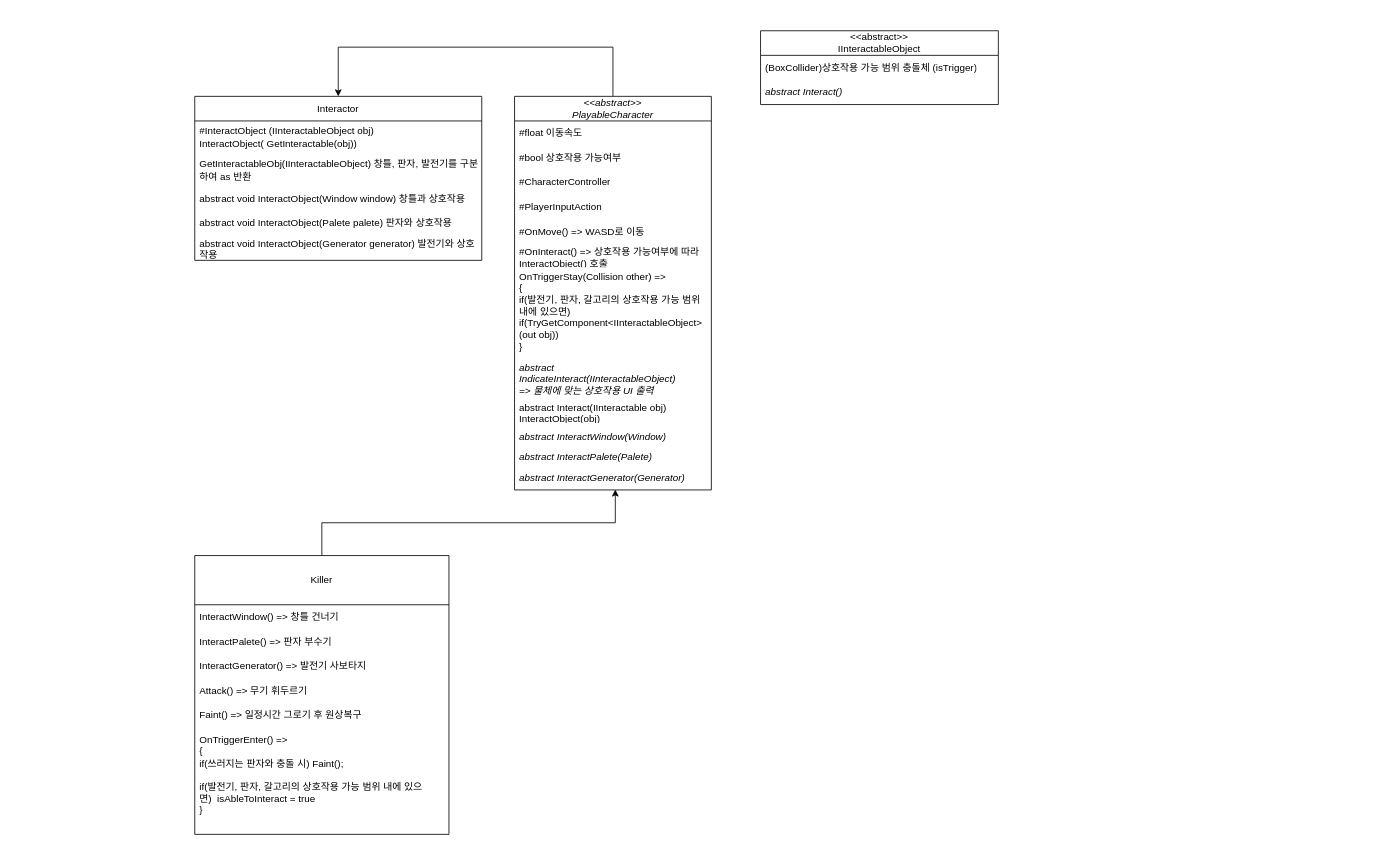
Before: ProjectD_Classes.drawio in FavorKim/ProjectD, a draw.io diagram. Source tidied: cells renumbered, new cells numbered last; positions are measured from the earlier drawing's top-left corner, leaving out a move shared by most shapes. Both pictures are drawn from the tidied source at 82%, with x=0, y=0 at pixel (194, 30).
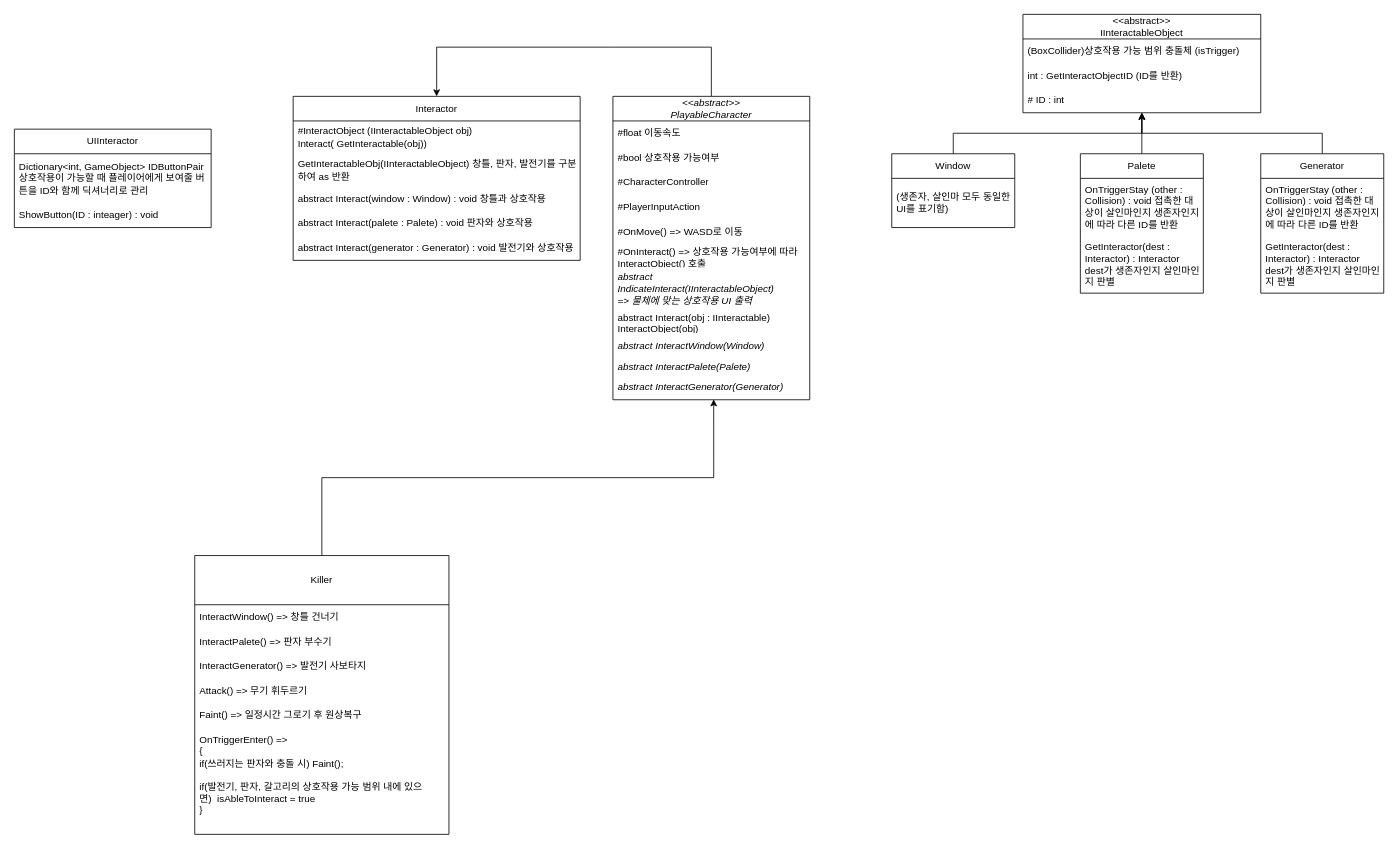
The same page after the edit.

What changed in the source:
```diff
@@
     <mxCell id="3" value="&lt;i&gt;&amp;lt;&amp;lt;abstract&amp;gt;&amp;gt;&lt;/i&gt;&lt;div&gt;&lt;i&gt;PlayableCharacter&lt;/i&gt;&lt;/div&gt;" style="swimlane;fontStyle=0;horizontal=1;startSize=30;whiteSpace=wrap;html=1;" parent="1" vertex="1">
-      <mxGeometry x="390" y="80" width="240" height="480" as="geometry" />
+      <mxGeometry x="510" y="80" width="240" height="370" as="geometry" />
     </mxCell>
@@
-    <mxCell id="10" value="OnTriggerStay(Collision other) =&amp;gt;&amp;nbsp;&lt;div&gt;{&amp;nbsp;&lt;div&gt;if(발전기, 판자, 갈고리의 상호작용 가능 범위 내에 있으면)&amp;nbsp; if(TryGetComponent&amp;lt;IInteractableObject&amp;gt;(out obj))&amp;nbsp;&lt;/div&gt;&lt;div&gt;}&lt;/div&gt;&lt;div&gt;&lt;br&gt;&lt;/div&gt;&lt;/div&gt;" style="text;strokeColor=none;fillColor=none;align=left;verticalAlign=middle;spacingLeft=4;spacingRight=4;overflow=hidden;whiteSpace=wrap;html=1;" parent="3" vertex="1">
-      <mxGeometry y="210" width="240" height="110" as="geometry" />
-    </mxCell>
     <mxCell id="11" value="abstract IndicateInteract(IInteractableObject)&lt;div&gt;=&amp;gt; 물체에 맞는 상호작용 UI 출력&lt;/div&gt;" style="text;strokeColor=none;fillColor=none;align=left;verticalAlign=middle;spacingLeft=4;spacingRight=4;overflow=hidden;whiteSpace=wrap;html=1;fontStyle=2;" parent="3" vertex="1">
-      <mxGeometry y="320" width="240" height="50" as="geometry" />
+      <mxGeometry y="210" width="240" height="50" as="geometry" />
     </mxCell>
-    <mxCell id="12" value="&lt;span style=&quot;font-style: normal;&quot;&gt;abstract Interact(IInteractable obj)&amp;nbsp;&lt;/span&gt;&lt;div&gt;&lt;span style=&quot;font-style: normal;&quot;&gt;InteractObject(obj)&lt;/span&gt;&lt;/div&gt;" style="text;strokeColor=none;fillColor=none;align=left;verticalAlign=middle;spacingLeft=4;spacingRight=4;overflow=hidden;whiteSpace=wrap;html=1;fontStyle=2;" parent="3" vertex="1">
-      <mxGeometry y="370" width="240" height="30" as="geometry" />
+    <mxCell id="12" value="&lt;span style=&quot;font-style: normal;&quot;&gt;abstract Interact(obj : IInteractable)&lt;/span&gt;&lt;div&gt;&lt;span style=&quot;font-style: normal;&quot;&gt;InteractObject(obj)&lt;/span&gt;&lt;/div&gt;" style="text;strokeColor=none;fillColor=none;align=left;verticalAlign=middle;spacingLeft=4;spacingRight=4;overflow=hidden;whiteSpace=wrap;html=1;fontStyle=2;" parent="3" vertex="1">
+      <mxGeometry y="260" width="240" height="30" as="geometry" />
     </mxCell>
     <mxCell id="13" value="abstract InteractWindow(Window)" style="text;strokeColor=none;fillColor=none;align=left;verticalAlign=middle;spacingLeft=4;spacingRight=4;overflow=hidden;whiteSpace=wrap;html=1;fontStyle=2;" parent="3" vertex="1">
-      <mxGeometry y="400" width="240" height="30" as="geometry" />
+      <mxGeometry y="290" width="240" height="30" as="geometry" />
     </mxCell>
     <mxCell id="14" value="abstract InteractPalete(Palete)" style="text;strokeColor=none;fillColor=none;align=left;verticalAlign=middle;spacingLeft=4;spacingRight=4;overflow=hidden;whiteSpace=wrap;html=1;fontStyle=2;" parent="3" vertex="1">
-      <mxGeometry y="430" width="240" height="20" as="geometry" />
+      <mxGeometry y="320" width="240" height="20" as="geometry" />
     </mxCell>
     <mxCell id="15" value="abstract InteractGenerator(Generator)" style="text;strokeColor=none;fillColor=none;align=left;verticalAlign=middle;spacingLeft=4;spacingRight=4;overflow=hidden;points=[[0,0.5],[1,0.5]];portConstraint=eastwest;whiteSpace=wrap;html=1;fontStyle=2;" parent="3" vertex="1">
-      <mxGeometry y="450" width="240" height="30" as="geometry" />
+      <mxGeometry y="340" width="240" height="30" as="geometry" />
     </mxCell>
@@
     <mxCell id="24" value="&amp;lt;&amp;lt;abstract&amp;gt;&amp;gt;&lt;div&gt;IInteractableObject&lt;/div&gt;" style="swimlane;fontStyle=0;horizontal=1;startSize=30;whiteSpace=wrap;html=1;" parent="1" vertex="1">
-      <mxGeometry x="690" width="290" height="90" as="geometry" />
+      <mxGeometry x="1010" y="-20" width="290" height="120" as="geometry" />
     </mxCell>
@@
-    <mxCell id="26" value="&lt;i&gt;abstract Interact()&lt;/i&gt;" style="text;strokeColor=none;fillColor=none;align=left;verticalAlign=middle;spacingLeft=4;spacingRight=4;overflow=hidden;whiteSpace=wrap;html=1;" parent="24" vertex="1">
-      <mxGeometry y="60" width="290" height="30" as="geometry" />
-    </mxCell>
+    <mxCell id="33" value="int : GetInteractObjectID (ID를 반환)" style="text;strokeColor=none;fillColor=none;align=left;verticalAlign=middle;spacingLeft=4;spacingRight=4;overflow=hidden;whiteSpace=wrap;html=1;" parent="24" vertex="1">
+      <mxGeometry y="60" width="290" height="30" as="geometry" />
+    </mxCell>
+    <mxCell id="34" value="# ID : int" style="text;strokeColor=none;fillColor=none;align=left;verticalAlign=middle;spacingLeft=4;spacingRight=4;overflow=hidden;whiteSpace=wrap;html=1;" parent="24" vertex="1">
+      <mxGeometry y="90" width="290" height="30" as="geometry" />
+    </mxCell>
     <mxCell id="27" value="Interactor" style="swimlane;fontStyle=0;horizontal=1;startSize=30;whiteSpace=wrap;html=1;" parent="1" vertex="1">
-      <mxGeometry y="80" width="350" height="200" as="geometry" />
+      <mxGeometry x="120" y="80" width="350" height="200" as="geometry" />
     </mxCell>
-    <mxCell id="28" value="#InteractObject (IInteractableObject obj)&amp;nbsp;&lt;div&gt;InteractObject( GetInteractable(obj))&lt;/div&gt;" style="text;strokeColor=none;fillColor=none;align=left;verticalAlign=middle;spacingLeft=4;spacingRight=4;overflow=hidden;whiteSpace=wrap;html=1;" parent="27" vertex="1">
+    <mxCell id="28" value="#InteractObject (IInteractableObject obj)&amp;nbsp;&lt;div&gt;Interact( GetInteractable(obj))&lt;/div&gt;" style="text;strokeColor=none;fillColor=none;align=left;verticalAlign=middle;spacingLeft=4;spacingRight=4;overflow=hidden;whiteSpace=wrap;html=1;" parent="27" vertex="1">
       <mxGeometry y="30" width="350" height="40" as="geometry" />
     </mxCell>
@@
-    <mxCell id="30" value="abstract void InteractObject(Window window) 창틀과 상호작용" style="text;strokeColor=none;fillColor=none;align=left;verticalAlign=middle;spacingLeft=4;spacingRight=4;overflow=hidden;whiteSpace=wrap;html=1;" parent="27" vertex="1">
+    <mxCell id="30" value="abstract Interact(window : Window) : void 창틀과 상호작용" style="text;strokeColor=none;fillColor=none;align=left;verticalAlign=middle;spacingLeft=4;spacingRight=4;overflow=hidden;whiteSpace=wrap;html=1;" parent="27" vertex="1">
       <mxGeometry y="110" width="350" height="30" as="geometry" />
     </mxCell>
-    <mxCell id="31" value="abstract void InteractObject(Palete palete) 판자와 상호작용" style="text;strokeColor=none;fillColor=none;align=left;verticalAlign=middle;spacingLeft=4;spacingRight=4;overflow=hidden;whiteSpace=wrap;html=1;" parent="27" vertex="1">
+    <mxCell id="31" value="abstract Interact(palete : Palete) : void 판자와 상호작용" style="text;strokeColor=none;fillColor=none;align=left;verticalAlign=middle;spacingLeft=4;spacingRight=4;overflow=hidden;whiteSpace=wrap;html=1;" parent="27" vertex="1">
       <mxGeometry y="140" width="350" height="30" as="geometry" />
     </mxCell>
-    <mxCell id="32" value="abstract void InteractObject(Generator generator) 발전기와 상호작용" style="text;strokeColor=none;fillColor=none;align=left;verticalAlign=middle;spacingLeft=4;spacingRight=4;overflow=hidden;whiteSpace=wrap;html=1;" parent="27" vertex="1">
+    <mxCell id="32" value="abstract Interact(generator : Generator) : void&amp;nbsp;발전기와 상호작용" style="text;strokeColor=none;fillColor=none;align=left;verticalAlign=middle;spacingLeft=4;spacingRight=4;overflow=hidden;whiteSpace=wrap;html=1;" parent="27" vertex="1">
       <mxGeometry y="170" width="350" height="30" as="geometry" />
     </mxCell>
+    <mxCell id="35" value="UIInteractor" style="swimlane;fontStyle=0;horizontal=1;startSize=30;whiteSpace=wrap;html=1;" parent="1" vertex="1">
+      <mxGeometry x="-220" y="120" width="240" height="120" as="geometry" />
+    </mxCell>
+    <mxCell id="36" value="Dictionary&amp;lt;int, GameObject&amp;gt; IDButtonPair&lt;div&gt;상호작용이 가능할 때 플레이어에게 보여줄 버튼을 ID와 함께 딕셔너리로 관리&lt;/div&gt;" style="text;strokeColor=none;fillColor=none;align=left;verticalAlign=middle;spacingLeft=4;spacingRight=4;overflow=hidden;whiteSpace=wrap;html=1;" parent="35" vertex="1">
+      <mxGeometry y="30" width="240" height="60" as="geometry" />
+    </mxCell>
+    <mxCell id="37" value="ShowButton(ID : inteager) : void" style="text;strokeColor=none;fillColor=none;align=left;verticalAlign=middle;spacingLeft=4;spacingRight=4;overflow=hidden;whiteSpace=wrap;html=1;" parent="35" vertex="1">
+      <mxGeometry y="90" width="240" height="30" as="geometry" />
+    </mxCell>
+    <mxCell id="38" style="edgeStyle=orthogonalEdgeStyle;rounded=0;jettySize=auto;html=1;exitX=0.5;exitY=0;exitDx=0;exitDy=0;" parent="1" edge="1" source="39" target="24">
+      <mxGeometry relative="1" as="geometry" />
+    </mxCell>
+    <mxCell id="39" value="Window" style="swimlane;fontStyle=0;horizontal=1;startSize=30;whiteSpace=wrap;html=1;" parent="1" vertex="1">
+      <mxGeometry x="850" y="150" width="150" height="90" as="geometry" />
+    </mxCell>
+    <mxCell id="40" value="(생존자, 살인마 모두 동일한 UI를 표기함)" style="text;strokeColor=none;fillColor=none;align=left;verticalAlign=middle;spacingLeft=4;spacingRight=4;overflow=hidden;whiteSpace=wrap;html=1;" parent="39" vertex="1">
+      <mxGeometry y="30" width="150" height="60" as="geometry" />
+    </mxCell>
+    <mxCell id="41" style="edgeStyle=orthogonalEdgeStyle;rounded=0;jettySize=auto;html=1;" parent="1" edge="1" source="42" target="24">
+      <mxGeometry relative="1" as="geometry" />
+    </mxCell>
+    <mxCell id="42" value="Palete" style="swimlane;fontStyle=0;horizontal=1;startSize=30;whiteSpace=wrap;html=1;" parent="1" vertex="1">
+      <mxGeometry x="1080" y="150" width="150" height="170" as="geometry" />
+    </mxCell>
+    <mxCell id="43" value="OnTriggerStay (other : Collision) : void 접촉한 대상이 살인마인지 생존자인지에 따라 다른 ID를 반환" style="text;strokeColor=none;fillColor=none;align=left;verticalAlign=middle;spacingLeft=4;spacingRight=4;overflow=hidden;whiteSpace=wrap;html=1;" parent="42" vertex="1">
+      <mxGeometry y="30" width="150" height="70" as="geometry" />
+    </mxCell>
+    <mxCell id="44" value="GetInteractor(dest : Interactor) : Interactor&lt;div&gt;dest가 생존자인지 살인마인지 판별&lt;/div&gt;" style="text;strokeColor=none;fillColor=none;align=left;verticalAlign=middle;spacingLeft=4;spacingRight=4;overflow=hidden;whiteSpace=wrap;html=1;" parent="42" vertex="1">
+      <mxGeometry y="100" width="150" height="70" as="geometry" />
+    </mxCell>
+    <mxCell id="45" style="edgeStyle=orthogonalEdgeStyle;rounded=0;jettySize=auto;html=1;" parent="1" edge="1" source="46" target="24">
+      <mxGeometry relative="1" as="geometry" />
+    </mxCell>
+    <mxCell id="46" value="Generator" style="swimlane;fontStyle=0;horizontal=1;startSize=30;whiteSpace=wrap;html=1;" parent="1" vertex="1">
+      <mxGeometry x="1300" y="150" width="150" height="170" as="geometry" />
+    </mxCell>
+    <mxCell id="47" value="OnTriggerStay (other : Collision) : void 접촉한 대상이 살인마인지 생존자인지에 따라 다른 ID를 반환" style="text;strokeColor=none;fillColor=none;align=left;verticalAlign=middle;spacingLeft=4;spacingRight=4;overflow=hidden;whiteSpace=wrap;html=1;" parent="46" vertex="1">
+      <mxGeometry y="30" width="150" height="70" as="geometry" />
+    </mxCell>
+    <mxCell id="48" value="GetInteractor(dest : Interactor) : Interactor&lt;div&gt;dest가 생존자인지 살인마인지 판별&lt;/div&gt;" style="text;strokeColor=none;fillColor=none;align=left;verticalAlign=middle;spacingLeft=4;spacingRight=4;overflow=hidden;whiteSpace=wrap;html=1;" parent="46" vertex="1">
+      <mxGeometry y="100" width="150" height="70" as="geometry" />
+    </mxCell>
```
